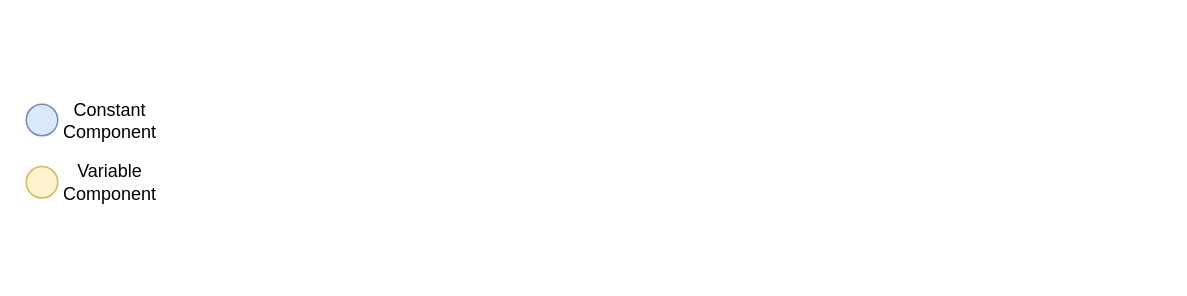
Before: LLM-AAP.drawio in sm634/LLM-AAP, a draw.io diagram. Source tidied: cells renumbered, new cells numbered last; positions are measured from the earlier drawing's top-left corner, leaving out a move shared by most shapes. Both pictures are drawn from the tidied source at 150%, with x=0, y=0 at pixel (26, 96).
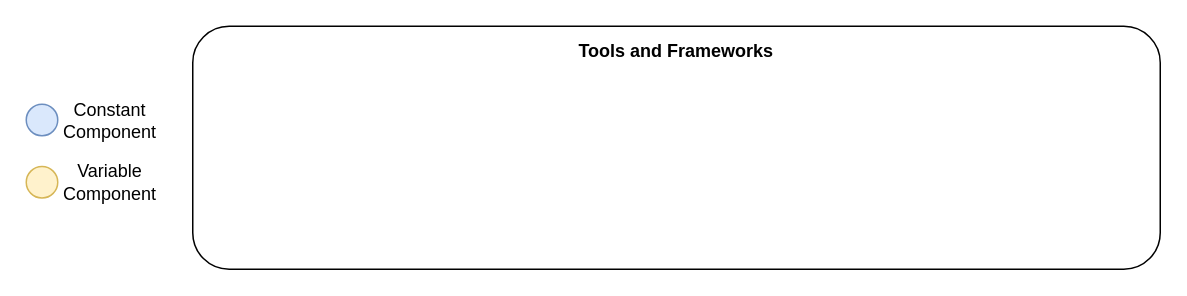
The same diagram, later.

Change to the diagram source:
```diff
@@
 <mxGraphModel>
   <root>
     <mxCell id="0" />
     <mxCell id="1" parent="0" />
     <mxCell id="2" style="ellipse;whiteSpace=wrap;html=1;fillColor=#dae8fc;strokeColor=#6c8ebf;" parent="1" vertex="1">
       <mxGeometry y="5" width="21" height="21" as="geometry" />
     </mxCell>
     <mxCell id="3" style="ellipse;whiteSpace=wrap;html=1;fillColor=#fff2cc;strokeColor=#d6b656;" parent="1" vertex="1">
       <mxGeometry y="46.5" width="21" height="21" as="geometry" />
     </mxCell>
     <mxCell id="4" value="Constant Component" style="text;html=1;strokeColor=none;fillColor=none;align=center;verticalAlign=middle;whiteSpace=wrap;rounded=0;" parent="1" vertex="1">
       <mxGeometry x="26" y="0.5" width="60" height="30" as="geometry" />
     </mxCell>
     <mxCell id="5" value="Variable&lt;br&gt;Component" style="text;html=1;strokeColor=none;fillColor=none;align=center;verticalAlign=middle;whiteSpace=wrap;rounded=0;" parent="1" vertex="1">
       <mxGeometry x="26" y="42" width="60" height="30" as="geometry" />
     </mxCell>
+    <mxCell id="6" value="&lt;b&gt;Tools and Frameworks&lt;/b&gt;&lt;br&gt;&lt;br&gt;&lt;br&gt;&lt;div style=&quot;text-align: left;&quot;&gt;&lt;b&gt;&lt;br&gt;&lt;/b&gt;&lt;/div&gt;&lt;br&gt;&lt;br&gt;&lt;br&gt;&lt;br&gt;&lt;br&gt;&lt;div style=&quot;text-align: left;&quot;&gt;&lt;br&gt;&lt;/div&gt;" style="rounded=1;whiteSpace=wrap;html=1;" parent="1" vertex="1">
+      <mxGeometry x="111" y="-47" width="645" height="162" as="geometry" />
+    </mxCell>
   </root>
 </mxGraphModel>
```
